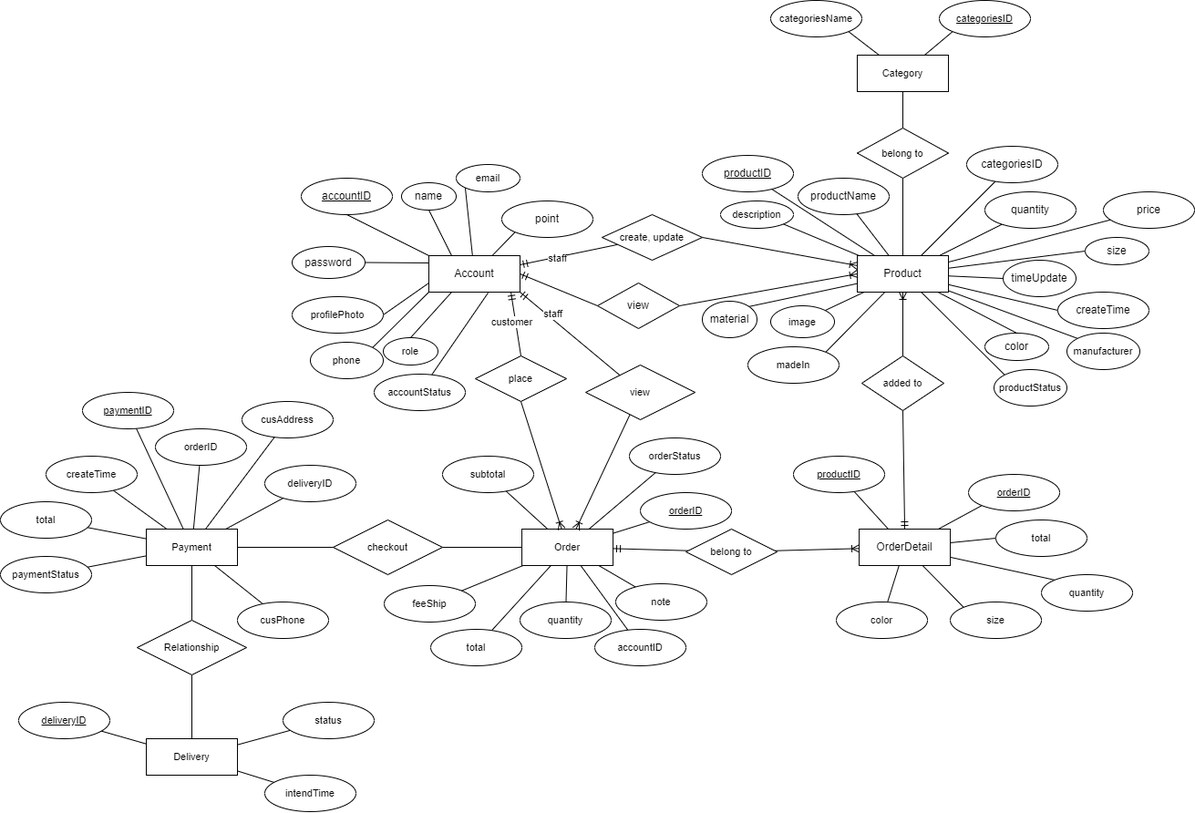
Before: ERD_BirdCage.drawio.png, a diagram exported from draw.io (dangkhoadoiqwe/shopping_bird_cate). Source tidied: cells renumbered, new cells last; positions are measured from the earlier drawing's top-left corner, leaving out a move shared by most shapes.
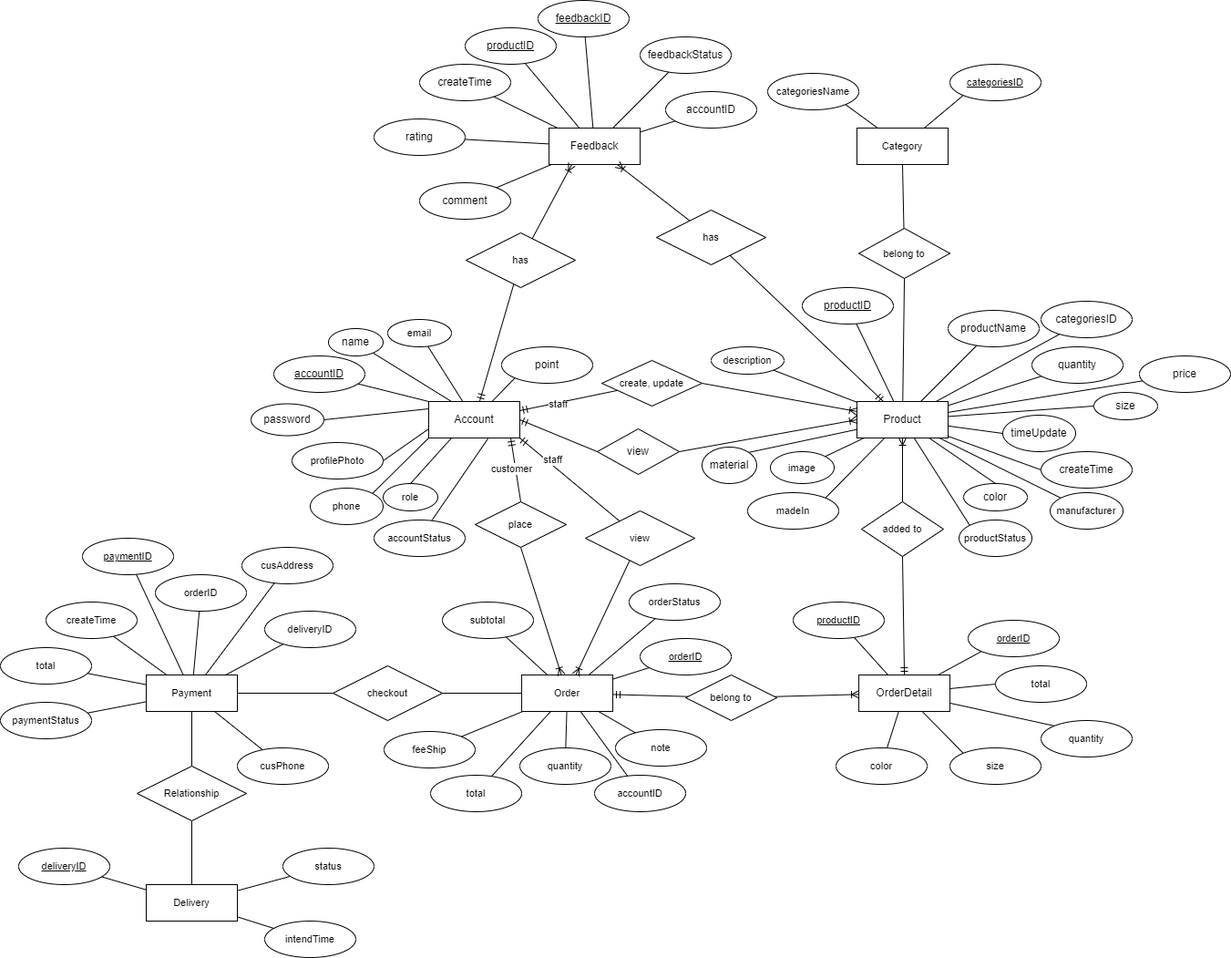
After the change.

Diff of the diagram source:
```diff
@@ -43,17 +43,17 @@
     <mxCell id="14" value="OrderDetail" style="whiteSpace=wrap;html=1;align=center;" parent="1" vertex="1">
       <mxGeometry x="942" y="580" width="100" height="40" as="geometry" />
     </mxCell>
-    <mxCell id="15" style="rounded=0;jettySize=auto;html=1;exitX=0.5;exitY=1;exitDx=0;exitDy=0;entryX=0;entryY=0;entryDx=0;entryDy=0;endArrow=none;endFill=0;" parent="1" edge="1" source="16" target="7">
+    <mxCell id="15" style="rounded=0;jettySize=auto;html=1;entryX=0;entryY=0;entryDx=0;entryDy=0;endArrow=none;endFill=0;" parent="1" edge="1" source="16" target="7">
       <mxGeometry relative="1" as="geometry" />
     </mxCell>
     <mxCell id="16" value="accountID" style="ellipse;whiteSpace=wrap;html=1;align=center;fontStyle=4;" parent="1" vertex="1">
-      <mxGeometry x="330" y="195" width="100" height="40" as="geometry" />
+      <mxGeometry x="300" y="230" width="100" height="40" as="geometry" />
     </mxCell>
-    <mxCell id="17" style="rounded=0;jettySize=auto;html=1;exitX=0.5;exitY=1;exitDx=0;exitDy=0;entryX=0.25;entryY=0;entryDx=0;entryDy=0;endArrow=none;endFill=0;" parent="1" edge="1" source="18" target="7">
+    <mxCell id="17" style="rounded=0;jettySize=auto;html=1;entryX=0.25;entryY=0;entryDx=0;entryDy=0;endArrow=none;endFill=0;" parent="1" edge="1" source="18" target="7">
       <mxGeometry relative="1" as="geometry" />
     </mxCell>
     <mxCell id="18" value="name" style="ellipse;whiteSpace=wrap;html=1;align=center;" parent="1" vertex="1">
-      <mxGeometry x="440" y="200" width="60" height="30" as="geometry" />
+      <mxGeometry x="360" y="200" width="60" height="30" as="geometry" />
     </mxCell>
     <mxCell id="19" style="rounded=0;jettySize=auto;html=1;exitX=1;exitY=0.5;exitDx=0;exitDy=0;endArrow=none;endFill=0;" parent="1" edge="1" source="20">
       <mxGeometry relative="1" as="geometry">
@@ -61,7 +61,7 @@
       </mxGeometry>
     </mxCell>
     <mxCell id="20" value="password" style="ellipse;whiteSpace=wrap;html=1;align=center;" parent="1" vertex="1">
-      <mxGeometry x="320" y="270" width="80" height="35" as="geometry" />
+      <mxGeometry x="275" y="282.5" width="80" height="35" as="geometry" />
     </mxCell>
     <mxCell id="21" style="edgeStyle=none;shape=connector;rounded=0;jettySize=auto;html=1;exitX=1;exitY=0.5;exitDx=0;exitDy=0;entryX=0;entryY=0.75;entryDx=0;entryDy=0;labelBackgroundColor=default;strokeColor=default;fontFamily=Helvetica;fontSize=11;fontColor=default;endArrow=none;endFill=0;" parent="1" edge="1" source="22" target="7">
       <mxGeometry relative="1" as="geometry" />
@@ -84,53 +84,53 @@
     <mxCell id="27" value="accountStatus" style="ellipse;whiteSpace=wrap;html=1;align=center;fontFamily=Helvetica;fontSize=11;fontColor=default;" parent="1" vertex="1">
       <mxGeometry x="410" y="410" width="100" height="40" as="geometry" />
     </mxCell>
-    <mxCell id="28" style="edgeStyle=none;shape=connector;rounded=0;jettySize=auto;html=1;exitX=0;exitY=1;exitDx=0;exitDy=0;labelBackgroundColor=default;strokeColor=default;fontFamily=Helvetica;fontSize=11;fontColor=default;endArrow=none;endFill=0;" parent="1" edge="1" source="29" target="7">
+    <mxCell id="28" style="edgeStyle=none;shape=connector;rounded=0;jettySize=auto;html=1;labelBackgroundColor=default;strokeColor=default;fontFamily=Helvetica;fontSize=11;fontColor=default;endArrow=none;endFill=0;" parent="1" edge="1" source="29" target="7">
       <mxGeometry relative="1" as="geometry" />
     </mxCell>
     <mxCell id="29" value="email" style="ellipse;whiteSpace=wrap;html=1;align=center;fontFamily=Helvetica;fontSize=11;fontColor=default;" parent="1" vertex="1">
-      <mxGeometry x="500" y="180" width="70" height="30" as="geometry" />
+      <mxGeometry x="425" y="190" width="70" height="30" as="geometry" />
     </mxCell>
     <mxCell id="30" style="edgeStyle=none;shape=connector;rounded=0;jettySize=auto;html=1;labelBackgroundColor=default;strokeColor=default;fontFamily=Helvetica;fontSize=11;fontColor=default;endArrow=none;endFill=0;" parent="1" edge="1" source="31" target="9">
       <mxGeometry relative="1" as="geometry" />
     </mxCell>
     <mxCell id="31" value="productID" style="ellipse;whiteSpace=wrap;html=1;align=center;fontStyle=4;" parent="1" vertex="1">
-      <mxGeometry x="770" y="170" width="100" height="40" as="geometry" />
+      <mxGeometry x="880" y="155" width="100" height="40" as="geometry" />
     </mxCell>
     <mxCell id="32" style="edgeStyle=none;shape=connector;rounded=0;jettySize=auto;html=1;labelBackgroundColor=default;strokeColor=default;fontFamily=Helvetica;fontSize=11;fontColor=default;endArrow=none;endFill=0;" parent="1" edge="1" source="33" target="9">
       <mxGeometry relative="1" as="geometry" />
     </mxCell>
     <mxCell id="33" value="productName" style="ellipse;whiteSpace=wrap;html=1;align=center;" parent="1" vertex="1">
-      <mxGeometry x="875" y="195" width="100" height="40" as="geometry" />
+      <mxGeometry x="1040" y="180" width="100" height="40" as="geometry" />
     </mxCell>
     <mxCell id="34" style="edgeStyle=none;shape=connector;rounded=0;jettySize=auto;html=1;labelBackgroundColor=default;strokeColor=default;fontFamily=Helvetica;fontSize=11;fontColor=default;endArrow=none;endFill=0;" parent="1" edge="1" source="35" target="9">
       <mxGeometry relative="1" as="geometry" />
     </mxCell>
     <mxCell id="35" value="categoriesID" style="ellipse;whiteSpace=wrap;html=1;align=center;" parent="1" vertex="1">
-      <mxGeometry x="1060" y="160" width="100" height="40" as="geometry" />
+      <mxGeometry x="1142" y="170" width="100" height="40" as="geometry" />
     </mxCell>
     <mxCell id="36" style="edgeStyle=none;shape=connector;rounded=0;jettySize=auto;html=1;labelBackgroundColor=default;strokeColor=default;fontFamily=Helvetica;fontSize=11;fontColor=default;endArrow=none;endFill=0;" parent="1" edge="1" source="37" target="9">
       <mxGeometry relative="1" as="geometry" />
     </mxCell>
     <mxCell id="37" value="quantity" style="ellipse;whiteSpace=wrap;html=1;align=center;" parent="1" vertex="1">
-      <mxGeometry x="1080" y="210" width="100" height="40" as="geometry" />
+      <mxGeometry x="1132" y="220" width="100" height="40" as="geometry" />
     </mxCell>
     <mxCell id="38" style="edgeStyle=none;shape=connector;rounded=0;jettySize=auto;html=1;labelBackgroundColor=default;strokeColor=default;fontFamily=Helvetica;fontSize=11;fontColor=default;endArrow=none;endFill=0;" parent="1" edge="1" source="39" target="9">
       <mxGeometry relative="1" as="geometry" />
     </mxCell>
     <mxCell id="39" value="price" style="ellipse;whiteSpace=wrap;html=1;align=center;" parent="1" vertex="1">
-      <mxGeometry x="1210" y="210" width="100" height="40" as="geometry" />
+      <mxGeometry x="1250" y="230" width="100" height="40" as="geometry" />
     </mxCell>
     <mxCell id="40" style="edgeStyle=none;shape=connector;rounded=0;jettySize=auto;html=1;exitX=0;exitY=0.5;exitDx=0;exitDy=0;labelBackgroundColor=default;strokeColor=default;fontFamily=Helvetica;fontSize=11;fontColor=default;endArrow=none;endFill=0;" parent="1" edge="1" source="41" target="9">
       <mxGeometry relative="1" as="geometry" />
     </mxCell>
     <mxCell id="41" value="size" style="ellipse;whiteSpace=wrap;html=1;align=center;" parent="1" vertex="1">
-      <mxGeometry x="1190" y="260" width="70" height="30" as="geometry" />
+      <mxGeometry x="1200" y="270" width="70" height="30" as="geometry" />
     </mxCell>
     <mxCell id="42" style="edgeStyle=none;shape=connector;rounded=0;jettySize=auto;html=1;exitX=0.5;exitY=0;exitDx=0;exitDy=0;labelBackgroundColor=default;strokeColor=default;fontFamily=Helvetica;fontSize=11;fontColor=default;endArrow=none;endFill=0;" parent="1" edge="1" source="43" target="9">
       <mxGeometry relative="1" as="geometry" />
     </mxCell>
     <mxCell id="43" value="color" style="ellipse;whiteSpace=wrap;html=1;align=center;" parent="1" vertex="1">
-      <mxGeometry x="1080" y="365" width="70" height="30" as="geometry" />
+      <mxGeometry x="1057" y="370" width="70" height="30" as="geometry" />
     </mxCell>
     <mxCell id="44" style="edgeStyle=none;shape=connector;rounded=0;jettySize=auto;html=1;exitX=1;exitY=0;exitDx=0;exitDy=0;labelBackgroundColor=default;strokeColor=default;fontFamily=Helvetica;fontSize=11;fontColor=default;endArrow=none;endFill=0;" parent="1" edge="1" source="45" target="9">
       <mxGeometry relative="1" as="geometry" />
@@ -142,13 +142,13 @@
       <mxGeometry relative="1" as="geometry" />
     </mxCell>
     <mxCell id="47" value="createTime" style="ellipse;whiteSpace=wrap;html=1;align=center;" parent="1" vertex="1">
-      <mxGeometry x="1160" y="320" width="100" height="40" as="geometry" />
+      <mxGeometry x="1142" y="335" width="100" height="40" as="geometry" />
     </mxCell>
     <mxCell id="48" style="edgeStyle=none;shape=connector;rounded=0;jettySize=auto;html=1;exitX=0;exitY=0.5;exitDx=0;exitDy=0;labelBackgroundColor=default;strokeColor=default;fontFamily=Helvetica;fontSize=11;fontColor=default;endArrow=none;endFill=0;" parent="1" edge="1" source="49" target="9">
       <mxGeometry relative="1" as="geometry" />
     </mxCell>
     <mxCell id="49" value="timeUpdate" style="ellipse;whiteSpace=wrap;html=1;align=center;" parent="1" vertex="1">
-      <mxGeometry x="1100" y="285" width="80" height="40" as="geometry" />
+      <mxGeometry x="1100" y="295" width="80" height="40" as="geometry" />
     </mxCell>
     <mxCell id="50" style="rounded=0;jettySize=auto;html=1;exitX=0;exitY=1;exitDx=0;exitDy=0;endArrow=none;endFill=0;" parent="1" edge="1" source="51" target="7">
       <mxGeometry relative="1" as="geometry" />
@@ -160,7 +160,7 @@
       <mxGeometry relative="1" as="geometry" />
     </mxCell>
     <mxCell id="53" value="description" style="ellipse;whiteSpace=wrap;html=1;align=center;fontFamily=Helvetica;fontSize=11;fontColor=default;" parent="1" vertex="1">
-      <mxGeometry x="790" y="220" width="80" height="30" as="geometry" />
+      <mxGeometry x="780" y="220" width="80" height="30" as="geometry" />
     </mxCell>
     <mxCell id="54" style="edgeStyle=none;shape=connector;rounded=0;jettySize=auto;html=1;exitX=1;exitY=0;exitDx=0;exitDy=0;labelBackgroundColor=default;strokeColor=default;fontFamily=Helvetica;fontSize=11;fontColor=default;endArrow=none;endFill=0;" parent="1" edge="1" source="55" target="9">
       <mxGeometry relative="1" as="geometry" />
@@ -172,13 +172,13 @@
       <mxGeometry relative="1" as="geometry" />
     </mxCell>
     <mxCell id="57" value="productStatus" style="ellipse;whiteSpace=wrap;html=1;align=center;fontFamily=Helvetica;fontSize=11;fontColor=default;" parent="1" vertex="1">
-      <mxGeometry x="1090" y="405" width="80" height="40" as="geometry" />
+      <mxGeometry x="1052" y="410" width="80" height="40" as="geometry" />
     </mxCell>
     <mxCell id="58" style="edgeStyle=none;shape=connector;rounded=0;jettySize=auto;html=1;exitX=0;exitY=0;exitDx=0;exitDy=0;labelBackgroundColor=default;strokeColor=default;fontFamily=Helvetica;fontSize=11;fontColor=default;endArrow=none;endFill=0;" parent="1" edge="1" source="59" target="9">
       <mxGeometry relative="1" as="geometry" />
     </mxCell>
     <mxCell id="59" value="manufacturer" style="ellipse;whiteSpace=wrap;html=1;align=center;fontFamily=Helvetica;fontSize=11;fontColor=default;" parent="1" vertex="1">
-      <mxGeometry x="1170" y="365" width="80" height="40" as="geometry" />
+      <mxGeometry x="1152" y="380" width="80" height="40" as="geometry" />
     </mxCell>
     <mxCell id="60" style="edgeStyle=none;shape=connector;rounded=0;jettySize=auto;html=1;exitX=1;exitY=0;exitDx=0;exitDy=0;labelBackgroundColor=default;strokeColor=default;fontFamily=Helvetica;fontSize=11;fontColor=default;endArrow=none;endFill=0;" parent="1" edge="1" source="61" target="9">
       <mxGeometry relative="1" as="geometry" />
@@ -226,25 +226,25 @@
       <mxGeometry relative="1" as="geometry" />
     </mxCell>
     <mxCell id="75" value="Category" style="whiteSpace=wrap;html=1;align=center;fontFamily=Helvetica;fontSize=11;fontColor=default;" parent="1" vertex="1">
-      <mxGeometry x="940" y="60" width="100" height="40" as="geometry" />
+      <mxGeometry x="940" y="-20" width="100" height="40" as="geometry" />
     </mxCell>
     <mxCell id="76" style="edgeStyle=none;shape=connector;rounded=0;jettySize=auto;html=1;exitX=0.5;exitY=1;exitDx=0;exitDy=0;labelBackgroundColor=default;strokeColor=default;fontFamily=Helvetica;fontSize=11;fontColor=default;endArrow=none;endFill=0;" parent="1" edge="1" source="75" target="77">
       <mxGeometry relative="1" as="geometry" />
     </mxCell>
     <mxCell id="77" value="belong to" style="shape=rhombus;perimeter=rhombusPerimeter;whiteSpace=wrap;html=1;align=center;fontFamily=Helvetica;fontSize=11;fontColor=default;" parent="1" vertex="1">
-      <mxGeometry x="940" y="140" width="100" height="55" as="geometry" />
+      <mxGeometry x="942" y="90" width="100" height="55" as="geometry" />
     </mxCell>
     <mxCell id="78" style="edgeStyle=none;shape=connector;rounded=0;jettySize=auto;html=1;exitX=1;exitY=1;exitDx=0;exitDy=0;labelBackgroundColor=default;strokeColor=default;fontFamily=Helvetica;fontSize=11;fontColor=default;endArrow=none;endFill=0;" parent="1" edge="1" source="79" target="75">
       <mxGeometry relative="1" as="geometry" />
     </mxCell>
     <mxCell id="79" value="categoriesName" style="ellipse;whiteSpace=wrap;html=1;align=center;fontFamily=Helvetica;fontSize=11;fontColor=default;" parent="1" vertex="1">
-      <mxGeometry x="845" width="100" height="40" as="geometry" />
+      <mxGeometry x="842" y="-80" width="100" height="40" as="geometry" />
     </mxCell>
     <mxCell id="80" style="edgeStyle=none;shape=connector;rounded=0;jettySize=auto;html=1;exitX=0;exitY=1;exitDx=0;exitDy=0;labelBackgroundColor=default;strokeColor=default;fontFamily=Helvetica;fontSize=11;fontColor=default;endArrow=none;endFill=0;" parent="1" edge="1" source="81" target="75">
       <mxGeometry relative="1" as="geometry" />
     </mxCell>
     <mxCell id="81" value="categoriesID" style="ellipse;whiteSpace=wrap;html=1;align=center;fontStyle=4;fontFamily=Helvetica;fontSize=11;fontColor=default;" parent="1" vertex="1">
-      <mxGeometry x="1030" width="100" height="40" as="geometry" />
+      <mxGeometry x="1042" y="-90" width="100" height="40" as="geometry" />
     </mxCell>
     <mxCell id="82" style="edgeStyle=none;shape=connector;rounded=0;jettySize=auto;html=1;exitX=0;exitY=0.5;exitDx=0;exitDy=0;labelBackgroundColor=default;strokeColor=default;fontFamily=Helvetica;fontSize=11;fontColor=default;endArrow=none;endFill=0;" parent="1" edge="1" source="83" target="14">
       <mxGeometry relative="1" as="geometry" />
@@ -427,5 +427,68 @@
     <mxCell id="140" value="create, update" style="shape=rhombus;perimeter=rhombusPerimeter;whiteSpace=wrap;html=1;align=center;fontFamily=Helvetica;fontSize=11;fontColor=default;" parent="1" vertex="1">
       <mxGeometry x="660" y="235" width="110" height="50" as="geometry" />
     </mxCell>
+    <mxCell id="141" style="rounded=0;jettySize=auto;html=1;endArrow=ERmandOne;endFill=0;" parent="1" edge="1" source="161" target="9">
+      <mxGeometry relative="1" as="geometry" />
+    </mxCell>
+    <mxCell id="142" style="edgeStyle=none;shape=connector;rounded=0;jettySize=auto;html=1;labelBackgroundColor=default;strokeColor=default;fontFamily=Helvetica;fontSize=11;fontColor=default;endArrow=ERmandOne;endFill=0;startArrow=none;startFill=0;" parent="1" edge="1" source="159" target="7">
+      <mxGeometry relative="1" as="geometry" />
+    </mxCell>
+    <mxCell id="143" value="Feedback" style="whiteSpace=wrap;html=1;align=center;" parent="1" vertex="1">
+      <mxGeometry x="602" y="-20" width="100" height="40" as="geometry" />
+    </mxCell>
+    <mxCell id="144" style="edgeStyle=none;shape=connector;rounded=0;jettySize=auto;html=1;labelBackgroundColor=default;strokeColor=default;fontFamily=Helvetica;fontSize=11;fontColor=default;endArrow=none;endFill=0;" parent="1" edge="1" source="145" target="143">
+      <mxGeometry relative="1" as="geometry" />
+    </mxCell>
+    <mxCell id="145" value="feedbackID" style="ellipse;whiteSpace=wrap;html=1;align=center;fontStyle=4;" parent="1" vertex="1">
+      <mxGeometry x="590" y="-160" width="100" height="40" as="geometry" />
+    </mxCell>
+    <mxCell id="146" style="edgeStyle=none;shape=connector;rounded=0;jettySize=auto;html=1;labelBackgroundColor=default;strokeColor=default;fontFamily=Helvetica;fontSize=11;fontColor=default;endArrow=none;endFill=0;" parent="1" edge="1" source="147" target="143">
+      <mxGeometry relative="1" as="geometry" />
+    </mxCell>
+    <mxCell id="147" value="accountID" style="ellipse;whiteSpace=wrap;html=1;align=center;" parent="1" vertex="1">
+      <mxGeometry x="730" y="-60" width="100" height="40" as="geometry" />
+    </mxCell>
+    <mxCell id="148" style="edgeStyle=none;shape=connector;rounded=0;jettySize=auto;html=1;labelBackgroundColor=default;strokeColor=default;fontFamily=Helvetica;fontSize=11;fontColor=default;endArrow=none;endFill=0;" parent="1" edge="1" source="149" target="143">
+      <mxGeometry relative="1" as="geometry" />
+    </mxCell>
+    <mxCell id="149" value="productID" style="ellipse;whiteSpace=wrap;html=1;align=center;fontStyle=4;" parent="1" vertex="1">
+      <mxGeometry x="510" y="-130" width="100" height="40" as="geometry" />
+    </mxCell>
+    <mxCell id="150" style="edgeStyle=none;shape=connector;rounded=0;jettySize=auto;html=1;labelBackgroundColor=default;strokeColor=default;fontFamily=Helvetica;fontSize=11;fontColor=default;endArrow=none;endFill=0;" parent="1" edge="1" source="151" target="143">
+      <mxGeometry relative="1" as="geometry" />
+    </mxCell>
+    <mxCell id="151" value="createTime" style="ellipse;whiteSpace=wrap;html=1;align=center;" parent="1" vertex="1">
+      <mxGeometry x="460" y="-90" width="100" height="40" as="geometry" />
+    </mxCell>
+    <mxCell id="152" style="edgeStyle=none;shape=connector;rounded=0;jettySize=auto;html=1;labelBackgroundColor=default;strokeColor=default;fontFamily=Helvetica;fontSize=11;fontColor=default;endArrow=none;endFill=0;" parent="1" edge="1" source="153" target="143">
+      <mxGeometry relative="1" as="geometry" />
+    </mxCell>
+    <mxCell id="153" value="rating" style="ellipse;whiteSpace=wrap;html=1;align=center;" parent="1" vertex="1">
+      <mxGeometry x="410" y="-30" width="100" height="40" as="geometry" />
+    </mxCell>
+    <mxCell id="154" style="edgeStyle=none;shape=connector;rounded=0;jettySize=auto;html=1;labelBackgroundColor=default;strokeColor=default;fontFamily=Helvetica;fontSize=11;fontColor=default;endArrow=none;endFill=0;" parent="1" edge="1" source="155" target="143">
+      <mxGeometry relative="1" as="geometry" />
+    </mxCell>
+    <mxCell id="155" value="comment" style="ellipse;whiteSpace=wrap;html=1;align=center;" parent="1" vertex="1">
+      <mxGeometry x="460" y="40" width="100" height="40" as="geometry" />
+    </mxCell>
+    <mxCell id="156" style="edgeStyle=none;shape=connector;rounded=0;jettySize=auto;html=1;labelBackgroundColor=default;strokeColor=default;fontFamily=Helvetica;fontSize=11;fontColor=default;endArrow=none;endFill=0;" parent="1" edge="1" source="157" target="143">
+      <mxGeometry relative="1" as="geometry" />
+    </mxCell>
+    <mxCell id="157" value="feedbackStatus" style="ellipse;whiteSpace=wrap;html=1;align=center;" parent="1" vertex="1">
+      <mxGeometry x="702" y="-120" width="100" height="40" as="geometry" />
+    </mxCell>
+    <mxCell id="158" style="edgeStyle=none;shape=connector;rounded=0;jettySize=auto;html=1;exitX=0.25;exitY=1;exitDx=0;exitDy=0;labelBackgroundColor=default;strokeColor=default;fontFamily=Helvetica;fontSize=11;fontColor=default;endArrow=none;endFill=0;startArrow=ERoneToMany;startFill=0;" parent="1" edge="1" source="143" target="159">
+      <mxGeometry relative="1" as="geometry" />
+    </mxCell>
+    <mxCell id="159" value="has" style="shape=rhombus;perimeter=rhombusPerimeter;whiteSpace=wrap;html=1;align=center;fontFamily=Helvetica;fontSize=11;fontColor=default;" parent="1" vertex="1">
+      <mxGeometry x="511" y="95" width="120" height="60" as="geometry" />
+    </mxCell>
+    <mxCell id="160" style="rounded=0;jettySize=auto;html=1;exitX=0.75;exitY=1;exitDx=0;exitDy=0;endArrow=none;endFill=0;startArrow=ERoneToMany;startFill=0;" parent="1" edge="1" source="143" target="161">
+      <mxGeometry relative="1" as="geometry" />
+    </mxCell>
+    <mxCell id="161" value="has" style="shape=rhombus;perimeter=rhombusPerimeter;whiteSpace=wrap;html=1;align=center;fontFamily=Helvetica;fontSize=11;fontColor=default;" parent="1" vertex="1">
+      <mxGeometry x="720" y="70" width="120" height="60" as="geometry" />
+    </mxCell>
   </root>
 </mxGraphModel>
```
